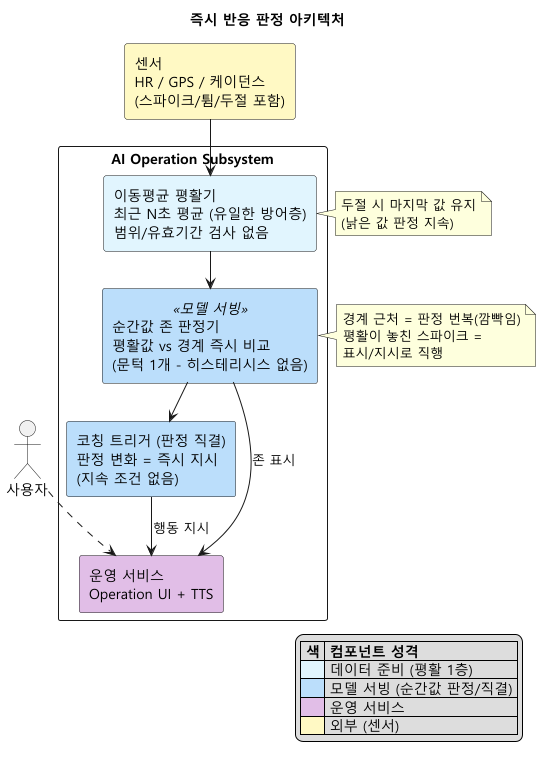
Above: arch/dp/dp-04-robustness/images/dp-04-robustness-counter-simple.png in tenyearslove/zone2runner (PlantUML), before the change. Its diagram source:
```plantuml
@startuml
!pragma layout smetana
title 즉시 반응 판정 아키텍처
skinparam defaultFontName "Malgun Gothic"
skinparam componentStyle rectangle
skinparam shadowing false
skinparam packageStyle rectangle
skinparam linetype ortho

actor "사용자" as User
component "센서\nHR / GPS / 케이던스\n(스파이크/튐/두절 포함)" as Sensors #FFF9C4

package "AI Operation Subsystem" {
  component "이동평균 평활기\n최근 N초 평균 (유일한 방어층)\n범위/유효기간 검사 없음" as MA #E1F5FE
  component "순간값 존 판정기\n평활값 vs 경계 즉시 비교\n(문턱 1개 - 히스테리시스 없음)" <<모델 서빙>> as JUDGE #BBDEFB
  component "코칭 트리거 (판정 직결)\n판정 변화 = 즉시 지시\n(지속 조건 없음)" as COACH #BBDEFB
  component "운영 서비스\nOperation UI + TTS" as OPS #E1BEE7
  MA --> JUDGE
  JUDGE --> COACH
  JUDGE --> OPS : 존 표시
  COACH --> OPS : 행동 지시
}

Sensors --> MA
User ..> OPS
note right of JUDGE
  경계 근처 = 판정 번복(깜빡임)
  평활이 놓친 스파이크 =
  표시/지시로 직행
end note
note right of MA
  두절 시 마지막 값 유지
  (낡은 값 판정 지속)
end note

legend right
|= 색 |= 컴포넌트 성격 |
|<#E1F5FE>| 데이터 준비 (평활 1층) |
|<#BBDEFB>| 모델 서빙 (순간값 판정/직결) |
|<#E1BEE7>| 운영 서비스 |
|<#FFF9C4>| 외부 (센서) |
endlegend
@enduml
```
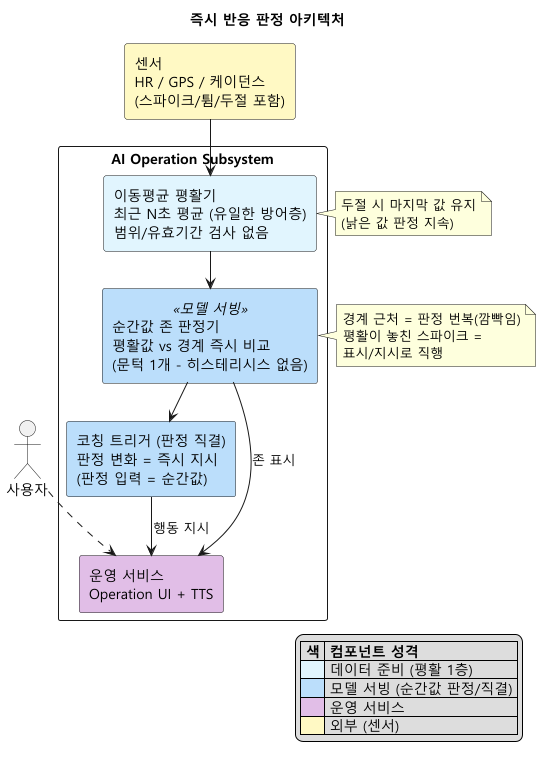
Later version of the same file.

What changed in the source:
```diff
@@ -13,7 +13,7 @@
 package "AI Operation Subsystem" {
   component "이동평균 평활기\n최근 N초 평균 (유일한 방어층)\n범위/유효기간 검사 없음" as MA #E1F5FE
   component "순간값 존 판정기\n평활값 vs 경계 즉시 비교\n(문턱 1개 - 히스테리시스 없음)" <<모델 서빙>> as JUDGE #BBDEFB
-  component "코칭 트리거 (판정 직결)\n판정 변화 = 즉시 지시\n(지속 조건 없음)" as COACH #BBDEFB
+  component "코칭 트리거 (판정 직결)\n판정 변화 = 즉시 지시\n(판정 입력 = 순간값)" as COACH #BBDEFB
   component "운영 서비스\nOperation UI + TTS" as OPS #E1BEE7
   MA --> JUDGE
   JUDGE --> COACH
```
